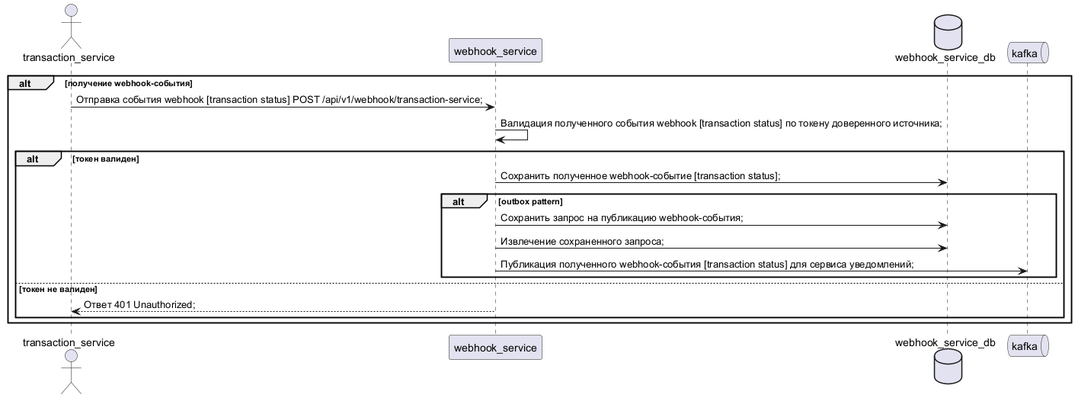
Earlier version of the PlantUML export diagrams/webhook-sevice-interaction/post_webhook_uml.png (U-235-92/payment-system).
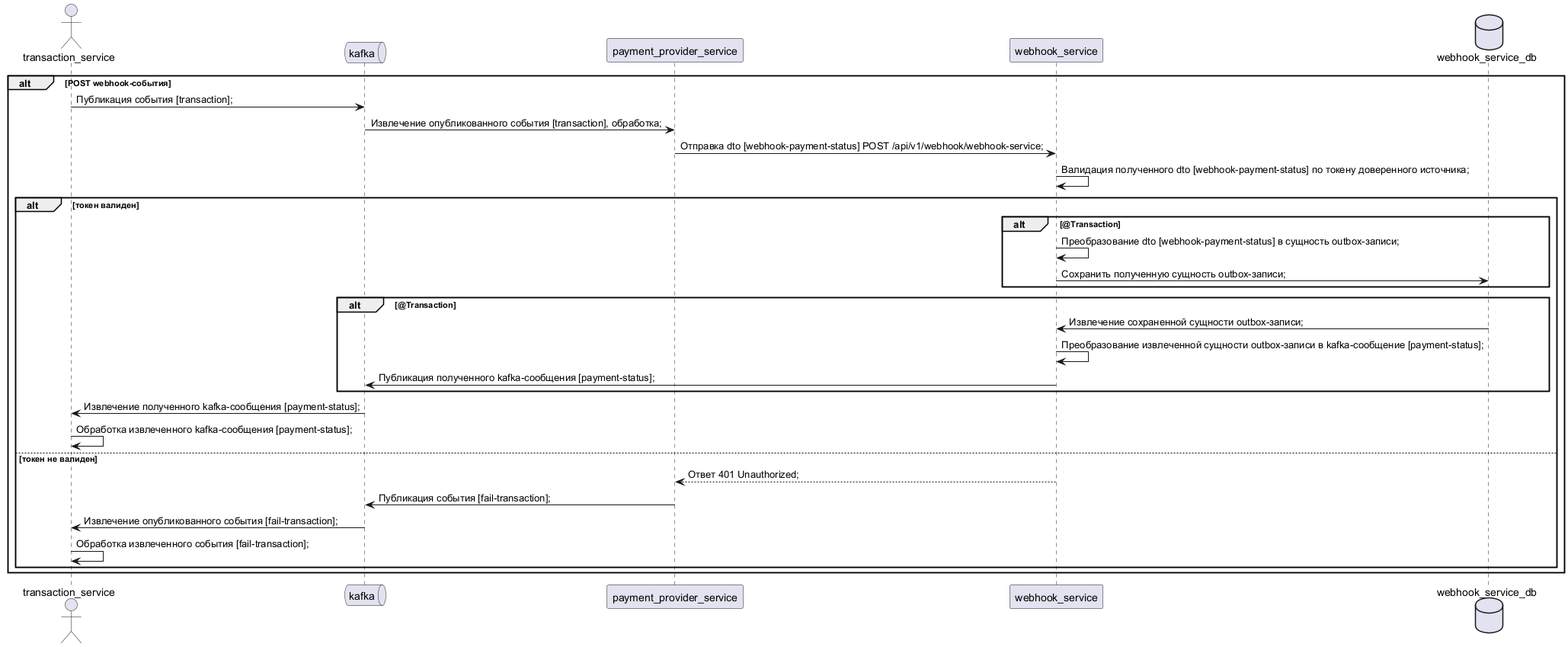
Above is the later version.

Commit message:
Module #7. V04_11_2026 [diagrams]. Updated diagrams.

What changed in the source:
```diff
@@ -1,28 +1,44 @@
 @startuml
 
 actor transaction_service
+queue kafka
+participant payment_provider_service
 participant webhook_service
 database webhook_service_db
-queue kafka
 
-alt получение webhook-события
-	transaction_service -> webhook_service : Отправка события webhook [transaction status] POST /api/v1/webhook/transaction-service;
-	webhook_service -> webhook_service : Валидация полученного события webhook [transaction status] по токену доверенного источника;
+alt POST webhook-события
+
+	transaction_service -> kafka : Публикация события [transaction];
+	payment_provider_service <- kafka : Извлечение опубликованного события [transaction], обработка;
+	payment_provider_service -> webhook_service : Отправка dto [webhook-payment-status] POST /api/v1/webhook/webhook-service;
+
+	webhook_service -> webhook_service : Валидация полученного dto [webhook-payment-status] по токену доверенного источника;
 
 	alt токен валиден
-		webhook_service -> webhook_service_db : Сохранить полученное webhook-событие [transaction status];
 
-		alt outbox pattern
-			webhook_service -> webhook_service_db : Сохранить запрос на публикацию webhook-события;
-			webhook_service -> webhook_service_db : Извлечение сохраненного запроса;
-			webhook_service -> kafka : Публикация полученного webhook-события [transaction status] для сервиса уведомлений;
+		alt @Transaction
+
+			webhook_service -> webhook_service : Преобразование dto [webhook-payment-status] в сущность outbox-записи;
+			webhook_service -> webhook_service_db : Сохранить полученную сущность outbox-записи;
 		end
 
+		alt @Transaction
+
+			webhook_service <- webhook_service_db : Извлечение сохраненной сущности outbox-записи;
+			webhook_service -> webhook_service : Преобразование извлеченной сущности outbox-записи в kafka-сообщение [payment-status];
+			webhook_service -> kafka : Публикация полученного kafka-сообщения [payment-status];
+		end
+
+		transaction_service <- kafka : Извлечение полученного kafka-сообщения [payment-status];
+		transaction_service -> transaction_service : Обработка извлеченного kafka-сообщения [payment-status];
+
 	else токен не валиден
-		webhook_service --> transaction_service : Ответ 401 Unauthorized;
+
+		webhook_service --> payment_provider_service : Ответ 401 Unauthorized;
+		payment_provider_service -> kafka : Публикация события [fail-transaction];
+		transaction_service <- kafka : Извлечение опубликованного события [fail-transaction];
+		transaction_service -> transaction_service : Обработка извлеченного события [fail-transaction];
 	end
-
 end
 
-
 @enduml
```
